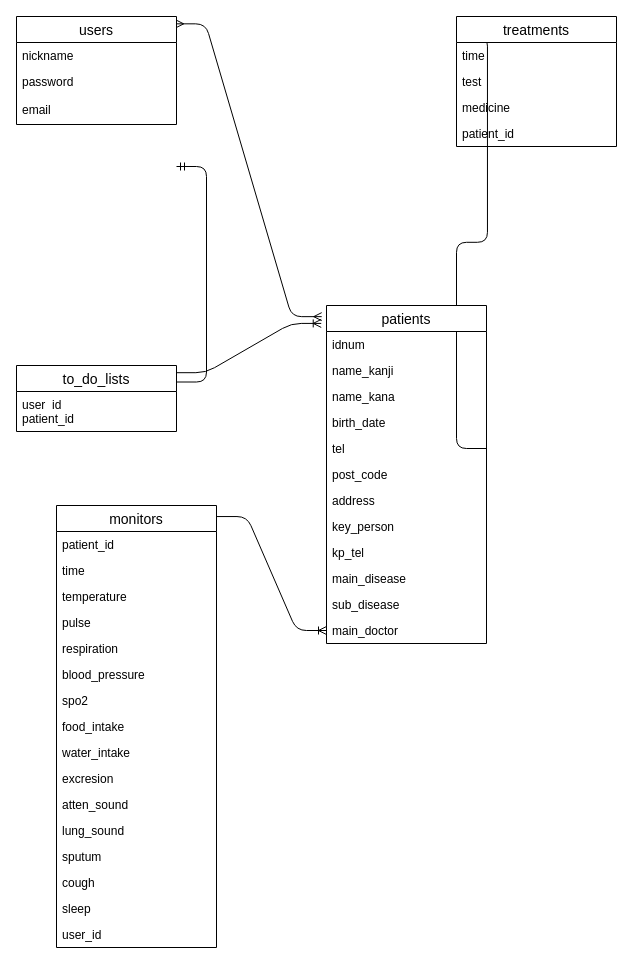
Before: draws/ER.drawio in albion9007/karte2, a draw.io diagram. Source tidied: cells renumbered, new cells numbered last; positions are measured from the earlier drawing's top-left corner, leaving out a move shared by most shapes. Both pictures are drawn from the tidied source at 100%, with x=0, y=0 at pixel (16, 16).
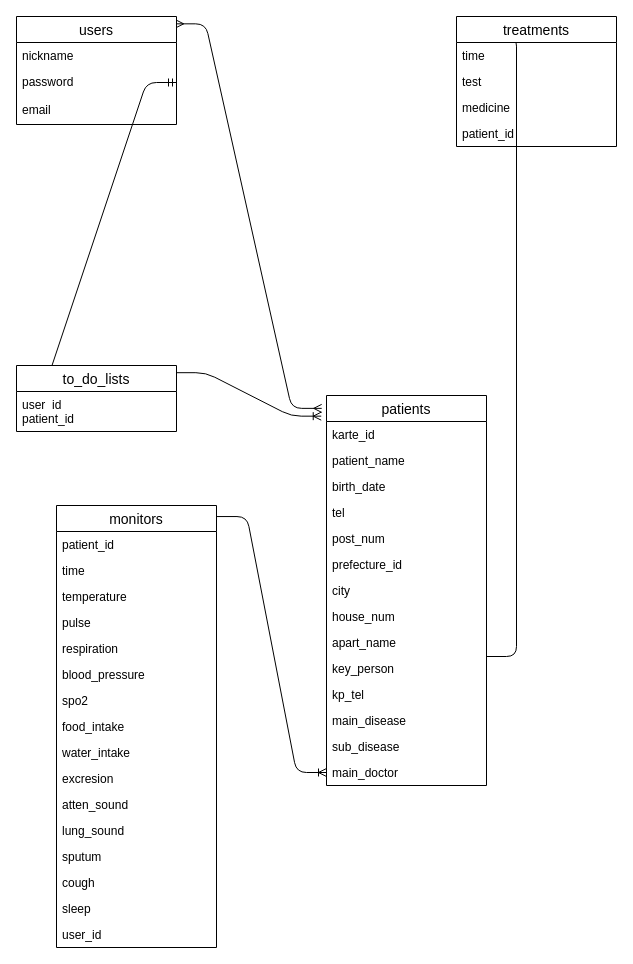
After the change.

Unchanged cells that the change refers to:
```xml
<mxCell id="6" value="treatments" style="swimlane;fontStyle=0;horizontal=1;startSize=26;align=center;fontSize=14;" parent="1" vertex="1">
  <mxGeometry x="440" width="160" height="130" as="geometry" />
</mxCell>
<mxCell id="13" value="password" style="text;strokeColor=none;fillColor=none;spacingLeft=4;spacingRight=4;overflow=hidden;points=[[0,0.5],[1,0.5]];portConstraint=eastwest;fontSize=12;" parent="11" vertex="1">
  <mxGeometry y="52" width="160" height="28" as="geometry" />
</mxCell>
```

Diff of the diagram source:
```diff
@@
-    <mxCell id="2" style="edgeStyle=entityRelationEdgeStyle;fontSize=12;html=1;endArrow=ERoneToMany;exitX=1;exitY=0.5;exitDx=0;exitDy=0;entryX=0.006;entryY=0.151;entryDx=0;entryDy=0;entryPerimeter=0;" parent="1" edge="1" source="37" target="6">
-      <mxGeometry relative="1" as="geometry" />
+    <mxCell id="2" style="edgeStyle=entityRelationEdgeStyle;fontSize=12;html=1;endArrow=ERoneToMany;exitX=1;exitY=0.5;exitDx=0;exitDy=0;entryX=0.006;entryY=0.151;entryDx=0;entryDy=0;entryPerimeter=0;" parent="1" edge="1" target="6">
+      <mxGeometry relative="1" as="geometry">
+        <mxPoint x="470" y="640" as="sourcePoint" />
+      </mxGeometry>
     </mxCell>
@@
+    <mxCell id="45" style="edgeStyle=entityRelationEdgeStyle;fontSize=12;html=1;endArrow=ERmandOne;startArrow=ERmandOne;entryX=0;entryY=0.25;entryDx=0;entryDy=0;exitX=1;exitY=0.5;exitDx=0;exitDy=0;" parent="1" edge="1" source="13" target="46">
+      <mxGeometry relative="1" as="geometry" />
+    </mxCell>
+    <mxCell id="46" value="to_do_lists" style="swimlane;fontStyle=0;horizontal=1;startSize=26;align=center;fontSize=14;" parent="1" vertex="1">
+      <mxGeometry y="349" width="160" height="66" as="geometry" />
+    </mxCell>
+    <mxCell id="47" value="user_id" style="text;strokeColor=none;fillColor=none;spacingLeft=4;spacingRight=4;overflow=hidden;fontSize=12;" parent="46" vertex="1">
+      <mxGeometry y="26" width="160" height="14" as="geometry" />
+    </mxCell>
+    <mxCell id="48" value="patient_id" style="text;strokeColor=none;fillColor=none;spacingLeft=4;spacingRight=4;overflow=hidden;fontSize=12;" parent="46" vertex="1">
+      <mxGeometry y="40" width="160" height="26" as="geometry" />
+    </mxCell>
     <mxCell id="32" value="patients" style="swimlane;fontStyle=0;horizontal=1;startSize=26;align=center;fontSize=14;" parent="1" vertex="1">
-      <mxGeometry x="310" y="289" width="160" height="338" as="geometry" />
+      <mxGeometry x="310" y="379" width="160" height="390" as="geometry" />
     </mxCell>
-    <mxCell id="33" value="idnum" style="text;strokeColor=none;fillColor=none;spacingLeft=4;spacingRight=4;overflow=hidden;fontSize=12;" parent="32" vertex="1">
+    <mxCell id="33" value="karte_id" style="text;strokeColor=none;fillColor=none;spacingLeft=4;spacingRight=4;overflow=hidden;fontSize=12;" parent="32" vertex="1">
       <mxGeometry y="26" width="160" height="26" as="geometry" />
     </mxCell>
-    <mxCell id="34" value="name_kanji&#10;" style="text;strokeColor=none;fillColor=none;spacingLeft=4;spacingRight=4;overflow=hidden;fontSize=12;" parent="32" vertex="1">
+    <mxCell id="34" value="patient_name" style="text;strokeColor=none;fillColor=none;spacingLeft=4;spacingRight=4;overflow=hidden;fontSize=12;" parent="32" vertex="1">
       <mxGeometry y="52" width="160" height="26" as="geometry" />
     </mxCell>
-    <mxCell id="35" value="name_kana" style="text;strokeColor=none;fillColor=none;spacingLeft=4;spacingRight=4;overflow=hidden;fontSize=12;" parent="32" vertex="1">
+    <mxCell id="35" value="birth_date" style="text;strokeColor=none;fillColor=none;spacingLeft=4;spacingRight=4;overflow=hidden;fontSize=12;" parent="32" vertex="1">
       <mxGeometry y="78" width="160" height="26" as="geometry" />
     </mxCell>
-    <mxCell id="36" value="birth_date" style="text;strokeColor=none;fillColor=none;spacingLeft=4;spacingRight=4;overflow=hidden;fontSize=12;" parent="32" vertex="1">
-      <mxGeometry y="104" width="160" height="26" as="geometry" />
-    </mxCell>
     <mxCell id="37" value="tel" style="text;strokeColor=none;fillColor=none;spacingLeft=4;spacingRight=4;overflow=hidden;points=[[0,0.5],[1,0.5]];portConstraint=eastwest;fontSize=12;" parent="32" vertex="1">
-      <mxGeometry y="130" width="160" height="26" as="geometry" />
+      <mxGeometry y="104" width="160" height="26" as="geometry" />
     </mxCell>
-    <mxCell id="38" value="post_code" style="text;strokeColor=none;fillColor=none;spacingLeft=4;spacingRight=4;overflow=hidden;fontSize=12;" parent="32" vertex="1">
-      <mxGeometry y="156" width="160" height="26" as="geometry" />
+    <mxCell id="38" value="post_num" style="text;strokeColor=none;fillColor=none;spacingLeft=4;spacingRight=4;overflow=hidden;fontSize=12;" parent="32" vertex="1">
+      <mxGeometry y="130" width="160" height="26" as="geometry" />
     </mxCell>
-    <mxCell id="39" value="address" style="text;strokeColor=none;fillColor=none;spacingLeft=4;spacingRight=4;overflow=hidden;fontSize=12;" parent="32" vertex="1">
-      <mxGeometry y="182" width="160" height="26" as="geometry" />
+    <mxCell id="39" value="prefecture_id" style="text;strokeColor=none;fillColor=none;spacingLeft=4;spacingRight=4;overflow=hidden;fontSize=12;" parent="32" vertex="1">
+      <mxGeometry y="156" width="160" height="26" as="geometry" />
     </mxCell>
+    <mxCell id="49" value="city" style="text;strokeColor=none;fillColor=none;spacingLeft=4;spacingRight=4;overflow=hidden;fontSize=12;" parent="32" vertex="1">
+      <mxGeometry y="182" width="160" height="26" as="geometry" />
+    </mxCell>
+    <mxCell id="50" value="house_num" style="text;strokeColor=none;fillColor=none;spacingLeft=4;spacingRight=4;overflow=hidden;fontSize=12;" parent="32" vertex="1">
+      <mxGeometry y="208" width="160" height="26" as="geometry" />
+    </mxCell>
+    <mxCell id="51" value="apart_name" style="text;strokeColor=none;fillColor=none;spacingLeft=4;spacingRight=4;overflow=hidden;fontSize=12;" parent="32" vertex="1">
+      <mxGeometry y="234" width="160" height="26" as="geometry" />
+    </mxCell>
     <mxCell id="40" value="key_person" style="text;strokeColor=none;fillColor=none;spacingLeft=4;spacingRight=4;overflow=hidden;fontSize=12;" parent="32" vertex="1">
-      <mxGeometry y="208" width="160" height="26" as="geometry" />
+      <mxGeometry y="260" width="160" height="26" as="geometry" />
     </mxCell>
     <mxCell id="41" value="kp_tel" style="text;strokeColor=none;fillColor=none;spacingLeft=4;spacingRight=4;overflow=hidden;fontSize=12;" parent="32" vertex="1">
-      <mxGeometry y="234" width="160" height="26" as="geometry" />
+      <mxGeometry y="286" width="160" height="26" as="geometry" />
     </mxCell>
     <mxCell id="42" value="main_disease" style="text;strokeColor=none;fillColor=none;spacingLeft=4;spacingRight=4;overflow=hidden;fontSize=12;" parent="32" vertex="1">
-      <mxGeometry y="260" width="160" height="26" as="geometry" />
+      <mxGeometry y="312" width="160" height="26" as="geometry" />
     </mxCell>
     <mxCell id="43" value="sub_disease" style="text;strokeColor=none;fillColor=none;spacingLeft=4;spacingRight=4;overflow=hidden;fontSize=12;" parent="32" vertex="1">
-      <mxGeometry y="286" width="160" height="26" as="geometry" />
+      <mxGeometry y="338" width="160" height="26" as="geometry" />
     </mxCell>
-    <mxCell id="44" value="main_doctor" style="text;strokeColor=none;fillColor=none;spacingLeft=4;spacingRight=4;overflow=hidden;points=[[0,0.5],[1,0.5]];portConstraint=eastwest;fontSize=12;" parent="32" vertex="1">
-      <mxGeometry y="312" width="160" height="26" as="geometry" />
+    <mxCell id="44" value="main_doctor" style="text;strokeColor=none;fillColor=none;spacingLeft=4;spacingRight=4;overflow=hidden;points=[[0,0.5],[1,0.5]];portConstraint=eastwest;fontSize=12;shadow=1;" parent="32" vertex="1">
+      <mxGeometry y="364" width="160" height="26" as="geometry" />
     </mxCell>
-    <mxCell id="45" style="edgeStyle=entityRelationEdgeStyle;fontSize=12;html=1;endArrow=ERmandOne;startArrow=ERmandOne;entryX=0;entryY=0.25;entryDx=0;entryDy=0;exitX=1;exitY=0.5;exitDx=0;exitDy=0;" parent="1" edge="1" target="46">
-      <mxGeometry relative="1" as="geometry">
-        <mxPoint x="160" y="150" as="sourcePoint" />
-      </mxGeometry>
-    </mxCell>
-    <mxCell id="46" value="to_do_lists" style="swimlane;fontStyle=0;horizontal=1;startSize=26;align=center;fontSize=14;" parent="1" vertex="1">
-      <mxGeometry y="349" width="160" height="66" as="geometry" />
-    </mxCell>
-    <mxCell id="47" value="user_id" style="text;strokeColor=none;fillColor=none;spacingLeft=4;spacingRight=4;overflow=hidden;fontSize=12;" parent="46" vertex="1">
-      <mxGeometry y="26" width="160" height="14" as="geometry" />
-    </mxCell>
-    <mxCell id="48" value="patient_id" style="text;strokeColor=none;fillColor=none;spacingLeft=4;spacingRight=4;overflow=hidden;fontSize=12;" parent="46" vertex="1">
-      <mxGeometry y="40" width="160" height="26" as="geometry" />
-    </mxCell>
```
